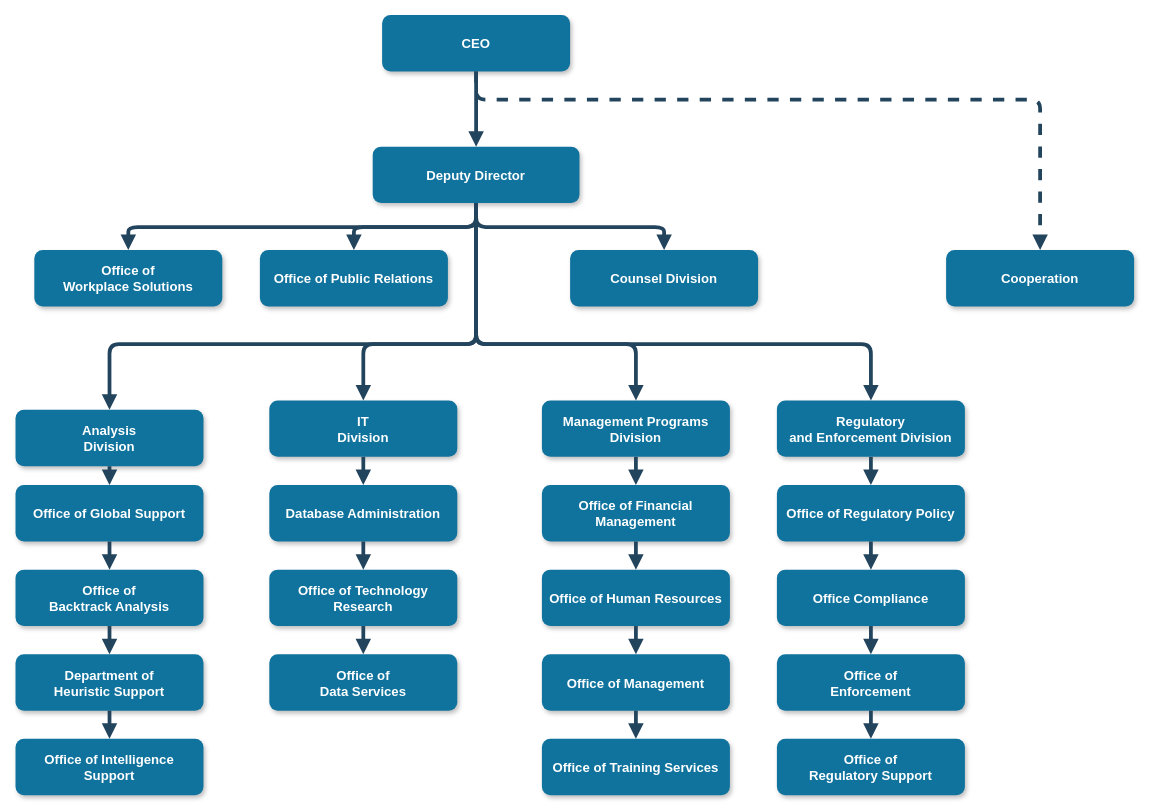
Above: Untitled Diagram.drawio in UmarAbdurazzoq/exam (draw.io), before the change. Source tidied: cells renumbered, new cells numbered last; positions are measured from the earlier drawing's top-left corner, leaving out a move shared by most shapes. Both pictures are drawn from the tidied source at 94%, with x=0, y=0 at pixel (15, 15).
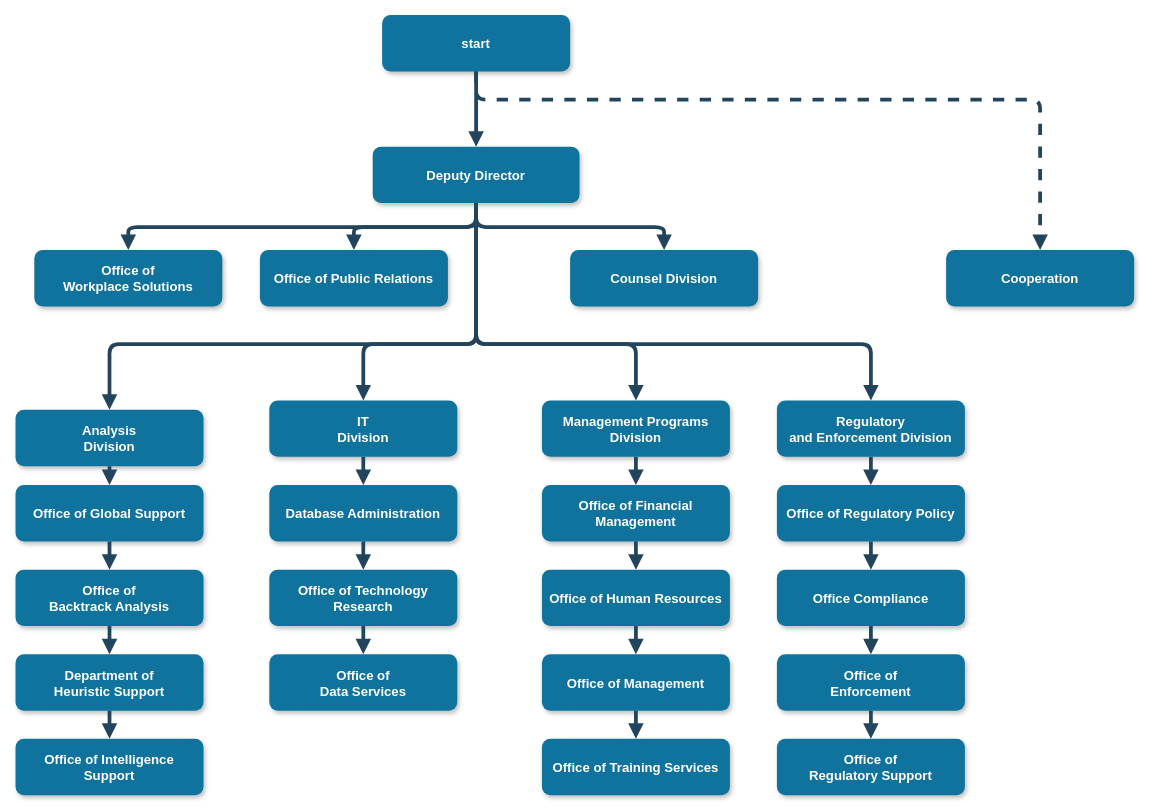
After the change.

What changed in the source:
```diff
@@
-    <mxCell id="2" value="CEO" style="rounded=1;fillColor=#10739E;strokeColor=none;shadow=1;gradientColor=none;fontStyle=1;fontColor=#FFFFFF;fontSize=14;" parent="1" vertex="1">
+    <mxCell id="2" value="start" style="rounded=1;fillColor=#10739E;strokeColor=none;shadow=1;gradientColor=none;fontStyle=1;fontColor=#FFFFFF;fontSize=14;" parent="1" vertex="1">
       <mxGeometry x="390" y="-0.5" width="200" height="60" as="geometry" />
     </mxCell>
```
